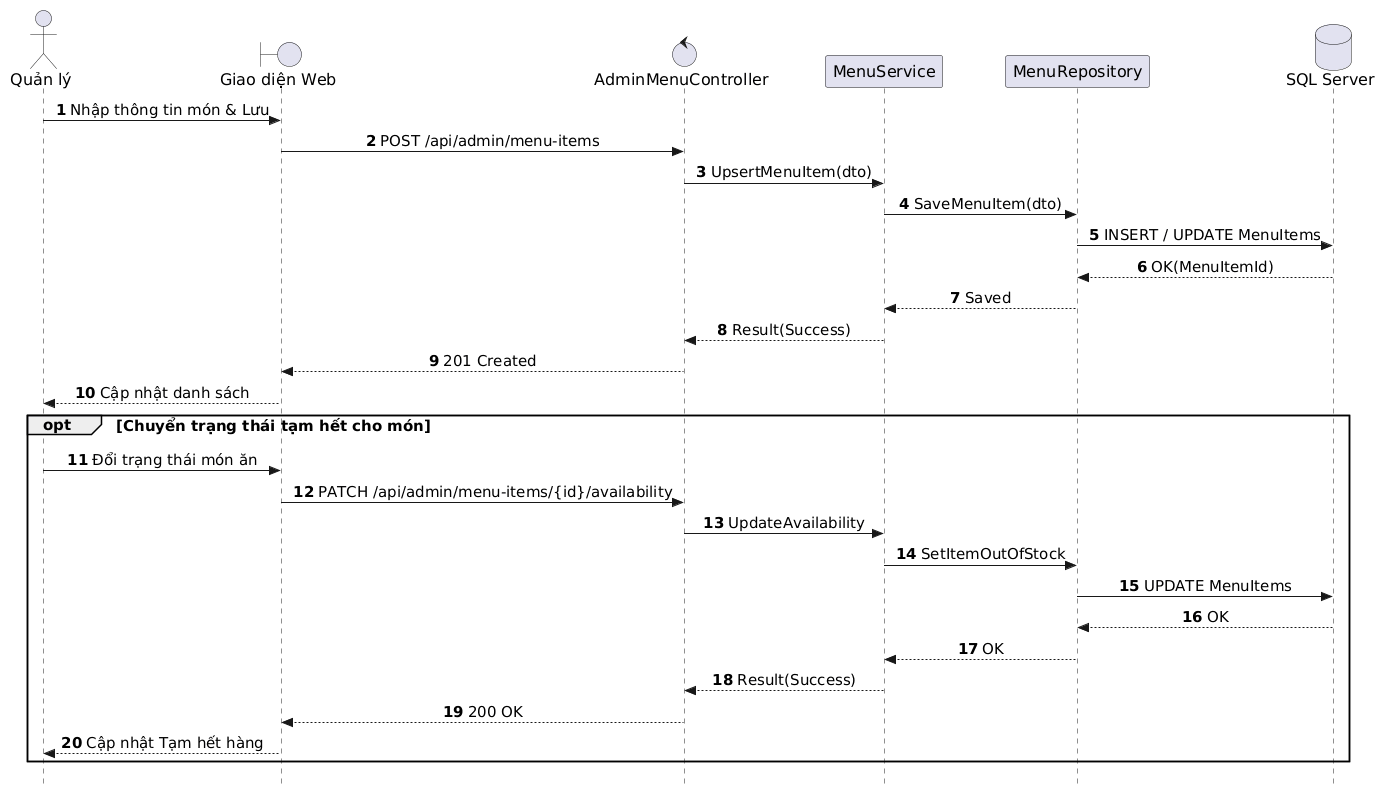
Earlier version of the PlantUML export out/docs/puml/sequences/SD_UC_A1_Menu_PrepSLA/SD_UC_A1_Menu_PrepSLA.png (AndrewQng/VinDining).
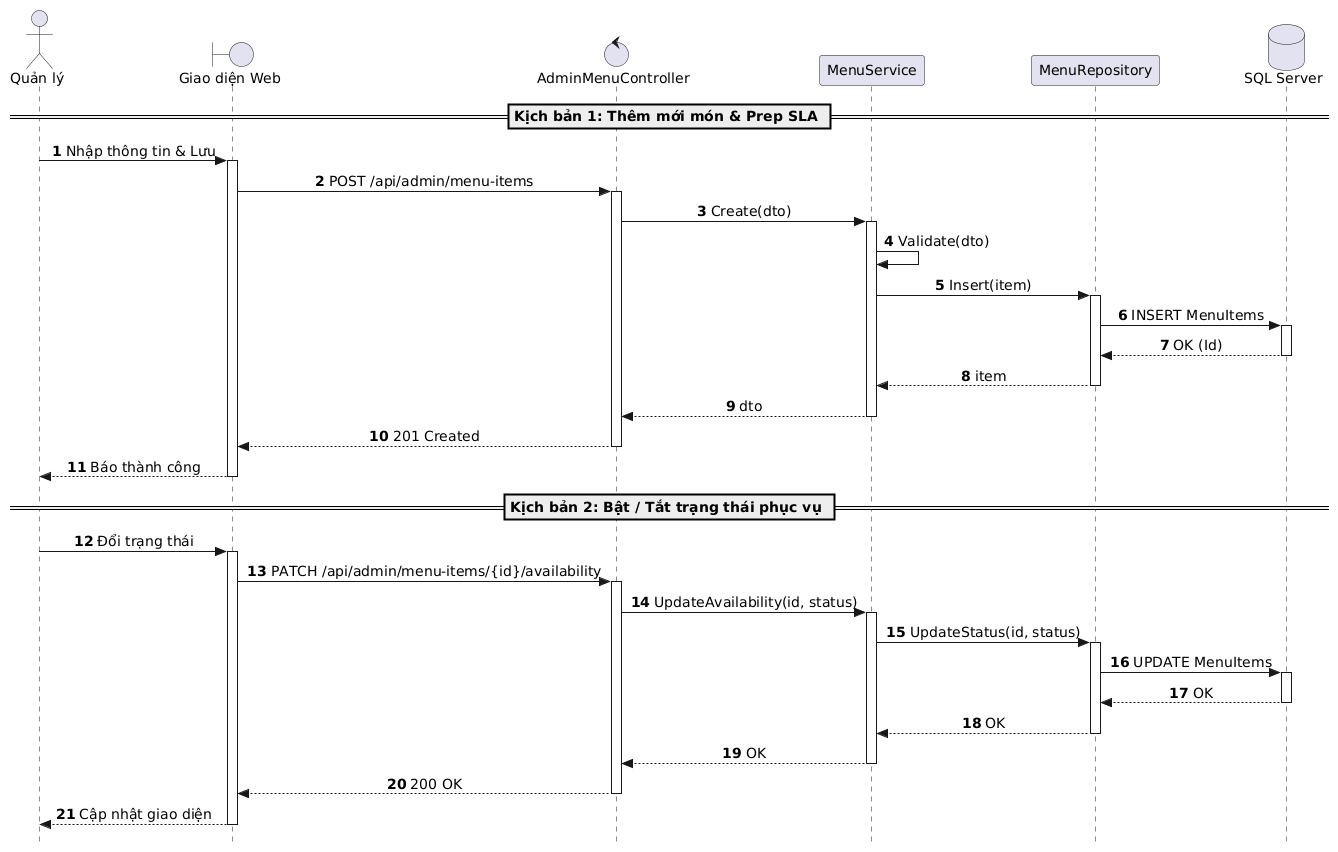
After the change.

Diff of the diagram source:
```diff
@@ -4,12 +4,7 @@
 skinparam sequenceMessageAlign center
 skinparam responseMessageBelowArrow true
 skinparam defaultFontName "Segoe UI", Arial, sans-serif
-skinparam defaultFontSize 16
-skinparam sequenceActorFontSize 16
-skinparam sequenceParticipantFontSize 16
-skinparam sequenceArrowFontSize 15
-skinparam sequenceGroupFontSize 15
-skinparam sequenceGroupHeaderFontSize 15
+skinparam defaultFontSize 14
 
 actor "Quản lý" as Manager
 boundary "Giao diện Web" as UI
@@ -18,27 +13,67 @@
 participant "MenuRepository" as Repo
 database "SQL Server" as DB
 
-Manager -> UI: Nhập thông tin món & Lưu
+== Kịch bản 1: Thêm mới món & Prep SLA ==
+
+Manager -> UI: Nhập thông tin & Lưu
+activate UI
+
 UI -> Controller: POST /api/admin/menu-items
-Controller -> Service: UpsertMenuItem(dto)
-Service -> Repo: SaveMenuItem(dto)
-Repo -> DB: INSERT / UPDATE MenuItems
-DB --> Repo: OK(MenuItemId)
-Repo --> Service: Saved
-Service --> Controller: Result(Success)
+activate Controller
+
+Controller -> Service: Create(dto)
+activate Service
+
+Service -> Service: Validate(dto)
+
+Service -> Repo: Insert(item)
+activate Repo
+
+Repo -> DB: INSERT MenuItems
+activate DB
+DB --> Repo: OK (Id)
+deactivate DB
+
+Repo --> Service: item
+deactivate Repo
+
+Service --> Controller: dto
+deactivate Service
+
 Controller --> UI: 201 Created
-UI --> Manager: Cập nhật danh sách
+deactivate Controller
 
-opt Chuyển trạng thái tạm hết cho món
-    Manager -> UI: Đổi trạng thái món ăn
-    UI -> Controller: PATCH /api/admin/menu-items/{id}/availability
-    Controller -> Service: UpdateAvailability
-    Service -> Repo: SetItemOutOfStock
-    Repo -> DB: UPDATE MenuItems
-    DB --> Repo: OK
-    Repo --> Service: OK
-    Service --> Controller: Result(Success)
-    Controller --> UI: 200 OK
-    UI --> Manager: Cập nhật Tạm hết hàng
-end
+UI --> Manager: Báo thành công
+deactivate UI
+
+== Kịch bản 2: Bật / Tắt trạng thái phục vụ ==
+
+Manager -> UI: Đổi trạng thái
+activate UI
+
+UI -> Controller: PATCH /api/admin/menu-items/{id}/availability
+activate Controller
+
+Controller -> Service: UpdateAvailability(id, status)
+activate Service
+
+Service -> Repo: UpdateStatus(id, status)
+activate Repo
+
+Repo -> DB: UPDATE MenuItems
+activate DB
+DB --> Repo: OK
+deactivate DB
+
+Repo --> Service: OK
+deactivate Repo
+
+Service --> Controller: OK
+deactivate Service
+
+Controller --> UI: 200 OK
+deactivate Controller
+
+UI --> Manager: Cập nhật giao diện
+deactivate UI
 @enduml
```
